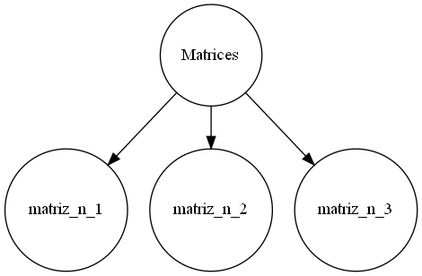
Earlier version of the Graphviz export grafo.png (jeach27/IPC2_Proyecto1_201903873). Its source is kept beside it as grafo.dot. Source of this version:
```dot
digraph G{
A[label="Matrices", shape="circle"]
<lista.Nodo object at 0x0000022E0E9F46A0>[label="matriz_n_1",shape="circle"]
<lista.Nodo object at 0x0000022E0E9AEBE0>[label="matriz_n_2",shape="circle"]
<lista.Nodo object at 0x0000022E0E9F9FD0>[label="matriz_n_3",shape="circle"]
A-><lista.Nodo object at 0x0000022E0E9F46A0>
A-><lista.Nodo object at 0x0000022E0E9AEBE0>
A-><lista.Nodo object at 0x0000022E0E9F9FD0>
}
```
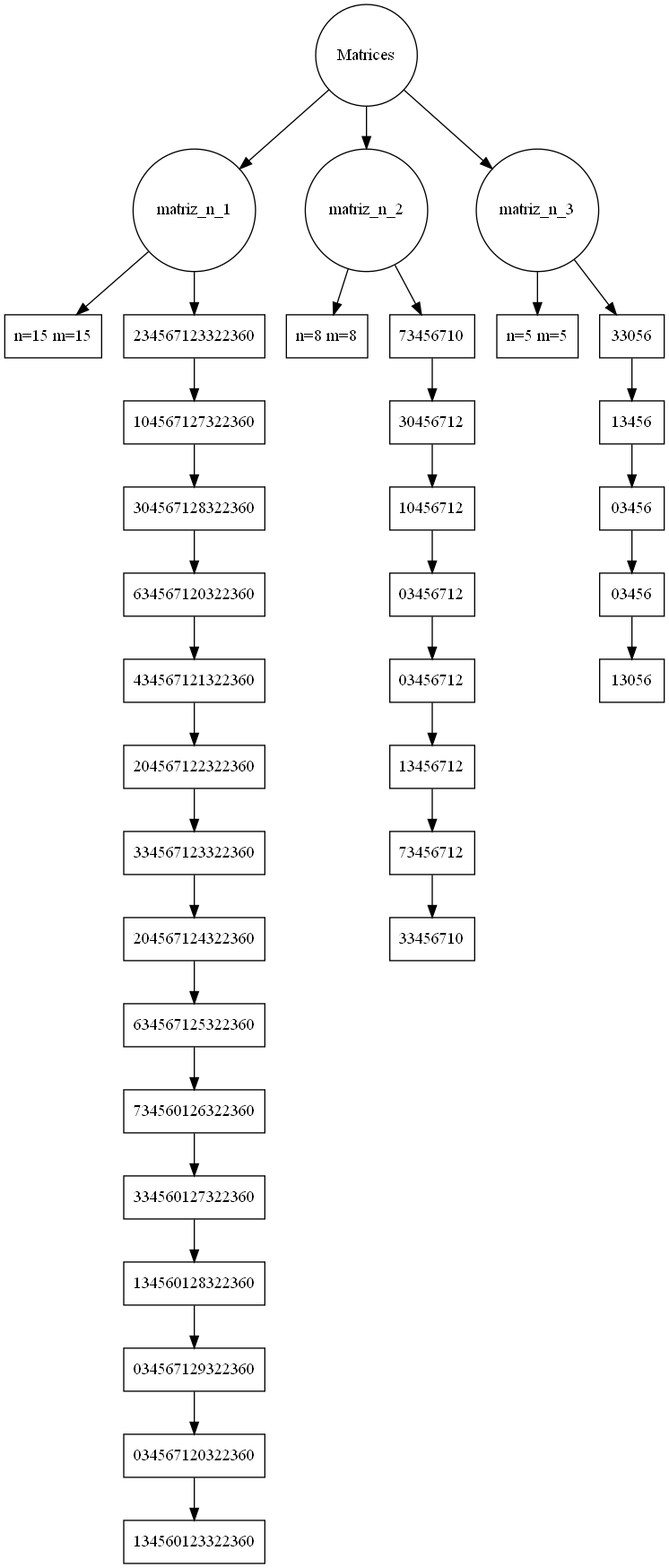
Later version of the same file.

The edit, as a diff of the source:
```diff
@@ -1,9 +1,71 @@
 digraph G{
 A[label="Matrices", shape="circle"]
-<lista.Nodo object at 0x0000022E0E9F46A0>[label="matriz_n_1",shape="circle"]
-<lista.Nodo object at 0x0000022E0E9AEBE0>[label="matriz_n_2",shape="circle"]
-<lista.Nodo object at 0x0000022E0E9F9FD0>[label="matriz_n_3",shape="circle"]
-A-><lista.Nodo object at 0x0000022E0E9F46A0>
-A-><lista.Nodo object at 0x0000022E0E9AEBE0>
-A-><lista.Nodo object at 0x0000022E0E9F9FD0>
+<lista.Nodo object at 0x000001741C365760>[label="matriz_n_1",shape="circle"]
+1515[label="n=15 m=15",shape="box"]
+<lista.Nodo object at 0x000001741C360220>[label="matriz_n_2",shape="circle"]
+88[label="n=8 m=8",shape="box"]
+<lista.Nodo object at 0x000001741C36E0A0>[label="matriz_n_3",shape="circle"]
+55[label="n=5 m=5",shape="box"]
+01515[label="{ { 2 | 3 | 4 | 5 | 6 | 7 | 1 | 2 | 3 | 3 | 2 | 2 | 3 | 6 | 0 } }",shape="Mrecord"]
+11515[label="{ { 1 | 0 | 4 | 5 | 6 | 7 | 1 | 2 | 7 | 3 | 2 | 2 | 3 | 6 | 0 } }",shape="Mrecord"]
+21515[label="{ { 3 | 0 | 4 | 5 | 6 | 7 | 1 | 2 | 8 | 3 | 2 | 2 | 3 | 6 | 0 } }",shape="Mrecord"]
+31515[label="{ { 6 | 3 | 4 | 5 | 6 | 7 | 1 | 2 | 0 | 3 | 2 | 2 | 3 | 6 | 0 } }",shape="Mrecord"]
+41515[label="{ { 4 | 3 | 4 | 5 | 6 | 7 | 1 | 2 | 1 | 3 | 2 | 2 | 3 | 6 | 0 } }",shape="Mrecord"]
+51515[label="{ { 2 | 0 | 4 | 5 | 6 | 7 | 1 | 2 | 2 | 3 | 2 | 2 | 3 | 6 | 0 } }",shape="Mrecord"]
+61515[label="{ { 3 | 3 | 4 | 5 | 6 | 7 | 1 | 2 | 3 | 3 | 2 | 2 | 3 | 6 | 0 } }",shape="Mrecord"]
+71515[label="{ { 2 | 0 | 4 | 5 | 6 | 7 | 1 | 2 | 4 | 3 | 2 | 2 | 3 | 6 | 0 } }",shape="Mrecord"]
+81515[label="{ { 6 | 3 | 4 | 5 | 6 | 7 | 1 | 2 | 5 | 3 | 2 | 2 | 3 | 6 | 0 } }",shape="Mrecord"]
+91515[label="{ { 7 | 3 | 4 | 5 | 6 | 0 | 1 | 2 | 6 | 3 | 2 | 2 | 3 | 6 | 0 } }",shape="Mrecord"]
+101515[label="{ { 3 | 3 | 4 | 5 | 6 | 0 | 1 | 2 | 7 | 3 | 2 | 2 | 3 | 6 | 0 } }",shape="Mrecord"]
+111515[label="{ { 1 | 3 | 4 | 5 | 6 | 0 | 1 | 2 | 8 | 3 | 2 | 2 | 3 | 6 | 0 } }",shape="Mrecord"]
+121515[label="{ { 0 | 3 | 4 | 5 | 6 | 7 | 1 | 2 | 9 | 3 | 2 | 2 | 3 | 6 | 0 } }",shape="Mrecord"]
+131515[label="{ { 0 | 3 | 4 | 5 | 6 | 7 | 1 | 2 | 0 | 3 | 2 | 2 | 3 | 6 | 0 } }",shape="Mrecord"]
+141515[label="{ { 1 | 3 | 4 | 5 | 6 | 0 | 1 | 2 | 3 | 3 | 2 | 2 | 3 | 6 | 0 } }",shape="Mrecord"]
+088[label="{ { 7 | 3 | 4 | 5 | 6 | 7 | 1 | 0 } }",shape="Mrecord"]
+188[label="{ { 3 | 0 | 4 | 5 | 6 | 7 | 1 | 2 } }",shape="Mrecord"]
+288[label="{ { 1 | 0 | 4 | 5 | 6 | 7 | 1 | 2 } }",shape="Mrecord"]
+388[label="{ { 0 | 3 | 4 | 5 | 6 | 7 | 1 | 2 } }",shape="Mrecord"]
+488[label="{ { 0 | 3 | 4 | 5 | 6 | 7 | 1 | 2 } }",shape="Mrecord"]
+588[label="{ { 1 | 3 | 4 | 5 | 6 | 7 | 1 | 2 } }",shape="Mrecord"]
+688[label="{ { 7 | 3 | 4 | 5 | 6 | 7 | 1 | 2 } }",shape="Mrecord"]
+788[label="{ { 3 | 3 | 4 | 5 | 6 | 7 | 1 | 0 } }",shape="Mrecord"]
+055[label="{ { 3 | 3 | 0 | 5 | 6 } }",shape="Mrecord"]
+155[label="{ { 1 | 3 | 4 | 5 | 6 } }",shape="Mrecord"]
+255[label="{ { 0 | 3 | 4 | 5 | 6 } }",shape="Mrecord"]
+355[label="{ { 0 | 3 | 4 | 5 | 6 } }",shape="Mrecord"]
+455[label="{ { 1 | 3 | 0 | 5 | 6 } }",shape="Mrecord"]
+A-><lista.Nodo object at 0x000001741C365760>
+<lista.Nodo object at 0x000001741C365760>->1515
+A-><lista.Nodo object at 0x000001741C360220>
+<lista.Nodo object at 0x000001741C360220>->88
+A-><lista.Nodo object at 0x000001741C36E0A0>
+<lista.Nodo object at 0x000001741C36E0A0>->55
+<lista.Nodo object at 0x000001741C365760>->01515
+01515->11515
+11515->21515
+21515->31515
+31515->41515
+41515->51515
+51515->61515
+61515->71515
+71515->81515
+81515->91515
+91515->101515
+101515->111515
+111515->121515
+121515->131515
+131515->141515
+<lista.Nodo object at 0x000001741C360220>->088
+088->188
+188->288
+288->388
+388->488
+488->588
+588->688
+688->788
+<lista.Nodo object at 0x000001741C36E0A0>->055
+055->155
+155->255
+255->355
+355->455
 }
```
